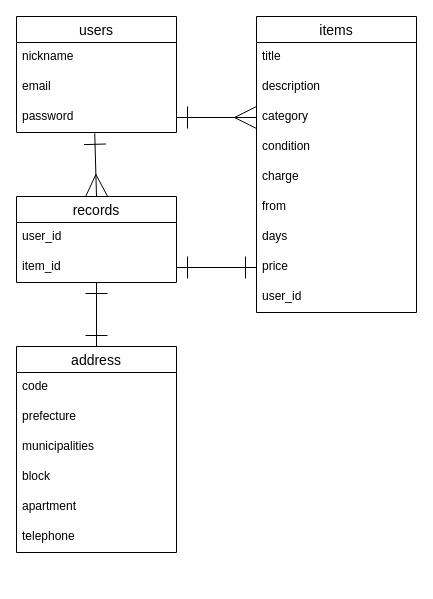
Above: database.dio in ruu2023/furima-39514 (draw.io), before the change. Source tidied: cells renumbered, new cells numbered last; positions are measured from the earlier drawing's top-left corner, leaving out a move shared by most shapes. Both pictures are drawn from the tidied source at 100%, with x=0, y=0 at pixel (16, 16).
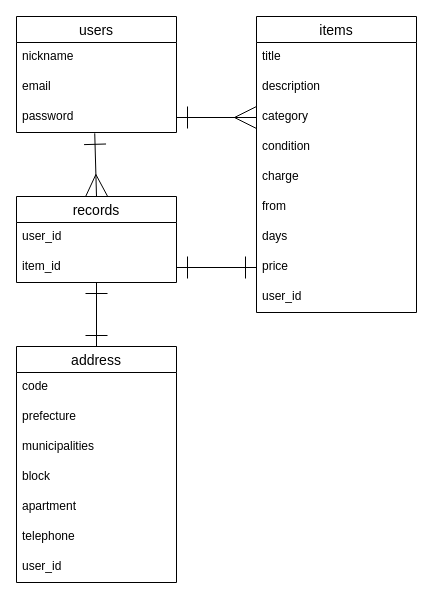
The same page after the edit.

What changed in the source:
```diff
@@
     <mxCell id="21" value="address" style="swimlane;fontStyle=0;horizontal=1;startSize=26;align=center;fontSize=14;" parent="1" vertex="1">
-      <mxGeometry y="330" width="160" height="206" as="geometry" />
+      <mxGeometry y="330" width="160" height="236" as="geometry" />
     </mxCell>
@@
+    <mxCell id="30" value="user_id" style="text;strokeColor=none;fillColor=none;spacingLeft=4;spacingRight=4;overflow=hidden;fontSize=12;" parent="21" vertex="1">
+      <mxGeometry y="206" width="160" height="30" as="geometry" />
+    </mxCell>
```
